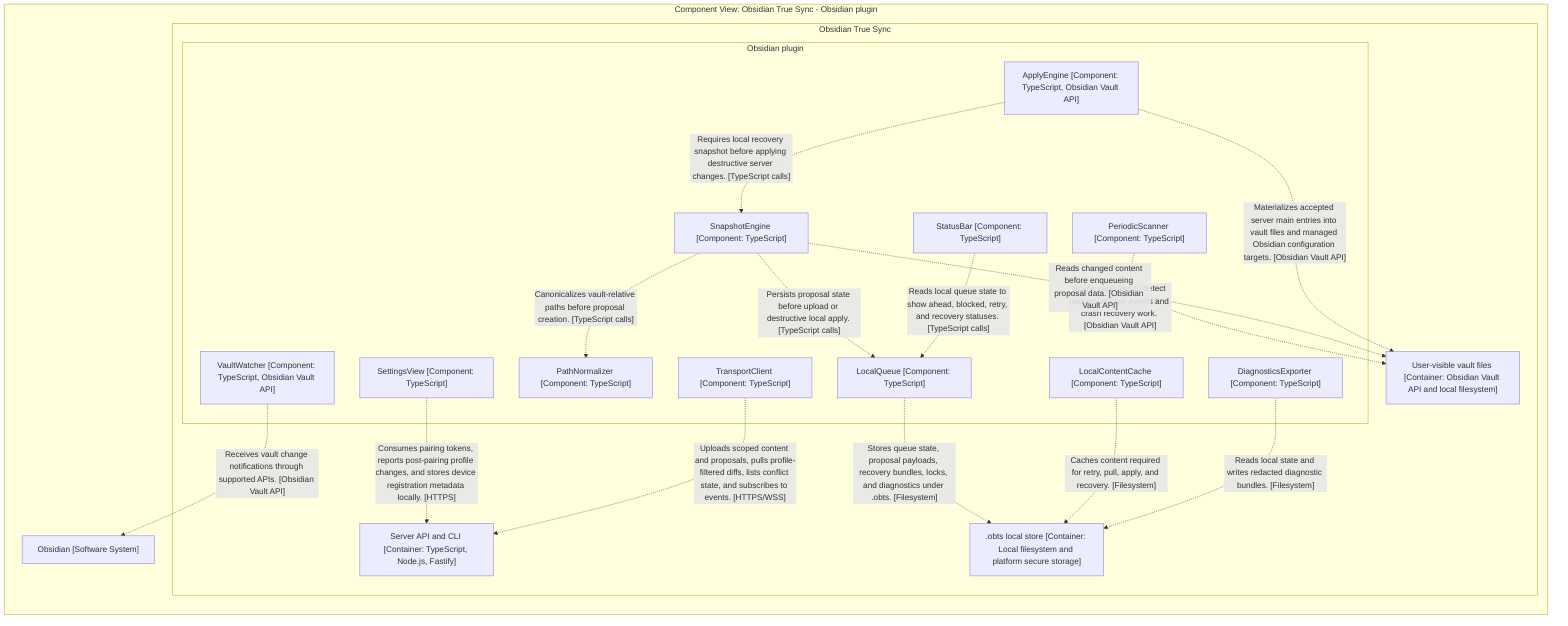
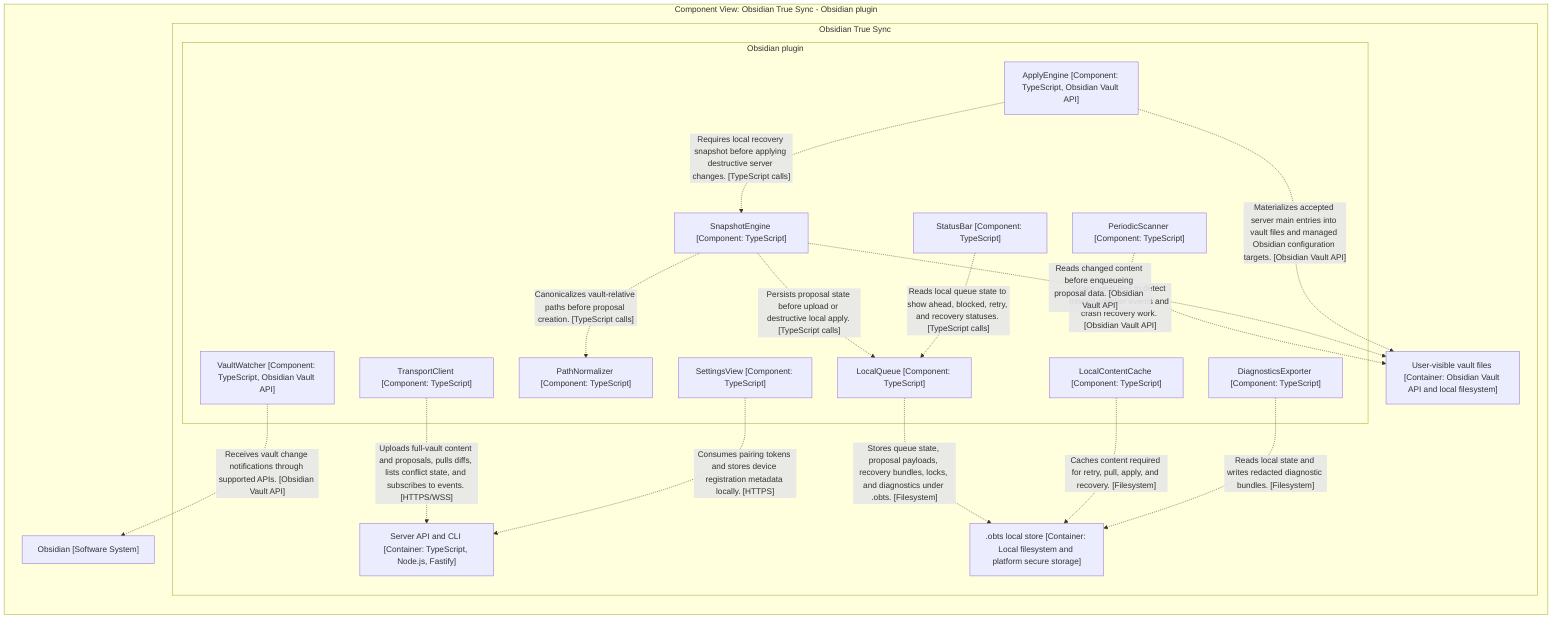
graph LR

  subgraph diagram ["Component View: Obsidian True Sync - Obsidian plugin"]

    4["Obsidian [Software System]"]

    subgraph 6 ["Obsidian True Sync"]

-       subgraph 30 ["Obsidian plugin"]
+       subgraph 29 ["Obsidian plugin"]

-         31["SettingsView [Component: TypeScript]"]
-         32["StatusBar [Component: TypeScript]"]
-         33["VaultWatcher [Component: TypeScript, Obsidian Vault API]"]
-         34["PeriodicScanner [Component: TypeScript]"]
-         35["PathNormalizer [Component: TypeScript]"]
-         36["SnapshotEngine [Component: TypeScript]"]
-         37["LocalQueue [Component: TypeScript]"]
-         38["LocalContentCache [Component: TypeScript]"]
-         39["TransportClient [Component: TypeScript]"]
-         40["ApplyEngine [Component: TypeScript, Obsidian Vault API]"]
-         41["DiagnosticsExporter [Component: TypeScript]"]
+         30["SettingsView [Component: TypeScript]"]
+         31["StatusBar [Component: TypeScript]"]
+         32["VaultWatcher [Component: TypeScript, Obsidian Vault API]"]
+         33["PeriodicScanner [Component: TypeScript]"]
+         34["PathNormalizer [Component: TypeScript]"]
+         35["SnapshotEngine [Component: TypeScript]"]
+         36["LocalQueue [Component: TypeScript]"]
+         37["LocalContentCache [Component: TypeScript]"]
+         38["TransportClient [Component: TypeScript]"]
+         39["ApplyEngine [Component: TypeScript, Obsidian Vault API]"]
+         40["DiagnosticsExporter [Component: TypeScript]"]
      end

-       42["User-visible vault files [Container: Obsidian Vault API and local filesystem]"]
-       43[".obts local store [Container: Local filesystem and platform secure storage]"]
+       41["User-visible vault files [Container: Obsidian Vault API and local filesystem]"]
+       42[".obts local store [Container: Local filesystem and platform secure storage]"]
      7["Server API and CLI [Container: TypeScript, Node.js, Fastify]"]
    end

-     31-. "Consumes pairing tokens, reports post-pairing profile changes, and stores device registration metadata locally. [HTTPS]" .->7
-     33-. "Receives vault change notifications through supported APIs. [Obsidian Vault API]" .->4
-     34-. "Scans vault files to detect missed watcher events and crash recovery work. [Obsidian Vault API]" .->42
-     36-. "Canonicalizes vault-relative paths before proposal creation. [TypeScript calls]" .->35
-     36-. "Reads changed content before enqueueing proposal data. [Obsidian Vault API]" .->42
-     36-. "Persists proposal state before upload or destructive local apply. [TypeScript calls]" .->37
-     37-. "Stores queue state, proposal payloads, recovery bundles, locks, and diagnostics under .obts. [Filesystem]" .->43
-     38-. "Caches content required for retry, pull, apply, and recovery. [Filesystem]" .->43
-     39-. "Uploads scoped content and proposals, pulls profile-filtered diffs, lists conflict state, and subscribes to events. [HTTPS/WSS]" .->7
-     40-. "Requires local recovery snapshot before applying destructive server changes. [TypeScript calls]" .->36
-     40-. "Materializes accepted server main entries into vault files and managed Obsidian configuration targets. [Obsidian Vault API]" .->42
-     32-. "Reads local queue state to show ahead, blocked, retry, and recovery statuses. [TypeScript calls]" .->37
-     41-. "Reads local state and writes redacted diagnostic bundles. [Filesystem]" .->43
+     33-. "Scans vault files to detect missed watcher events and crash recovery work. [Obsidian Vault API]" .->41
+     35-. "Canonicalizes vault-relative paths before proposal creation. [TypeScript calls]" .->34
+     35-. "Reads changed content before enqueueing proposal data. [Obsidian Vault API]" .->41
+     35-. "Persists proposal state before upload or destructive local apply. [TypeScript calls]" .->36
+     36-. "Stores queue state, proposal payloads, recovery bundles, locks, and diagnostics under .obts. [Filesystem]" .->42
+     37-. "Caches content required for retry, pull, apply, and recovery. [Filesystem]" .->42
+     38-. "Uploads full-vault content and proposals, pulls diffs, lists conflict state, and subscribes to events. [HTTPS/WSS]" .->7
+     39-. "Requires local recovery snapshot before applying destructive server changes. [TypeScript calls]" .->35
+     39-. "Materializes accepted server main entries into vault files and managed Obsidian configuration targets. [Obsidian Vault API]" .->41
+     31-. "Reads local queue state to show ahead, blocked, retry, and recovery statuses. [TypeScript calls]" .->36
+     40-. "Reads local state and writes redacted diagnostic bundles. [Filesystem]" .->42
+     30-. "Consumes pairing tokens and stores device registration metadata locally. [HTTPS]" .->7
+     32-. "Receives vault change notifications through supported APIs. [Obsidian Vault API]" .->4

  end
